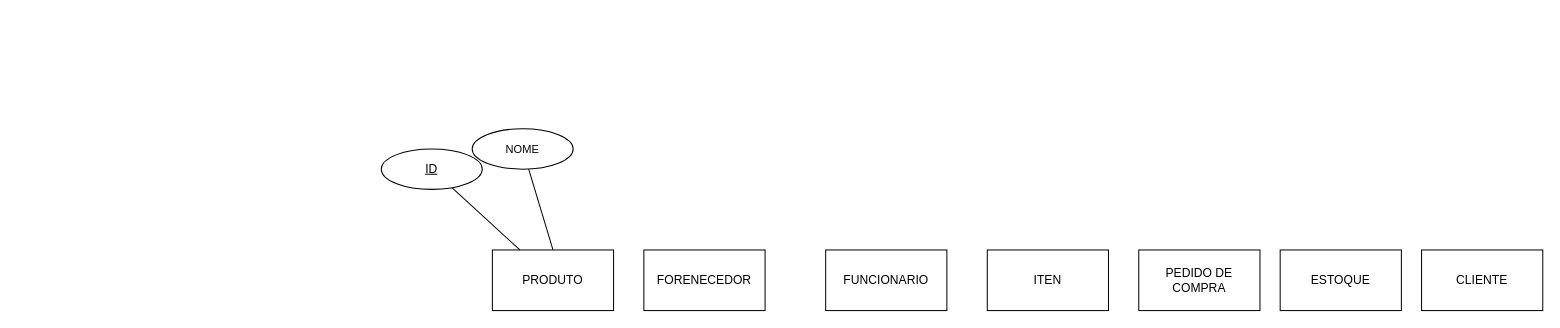
Before: Projeto Integrador.drawio in helysonsantiago/project_relational, a draw.io diagram. Source tidied: cells renumbered, new cells numbered last; positions are measured from the earlier drawing's top-left corner, leaving out a move shared by most shapes. Both pictures are drawn from the tidied source at 101%, with x=0, y=0 at pixel (381, 128).
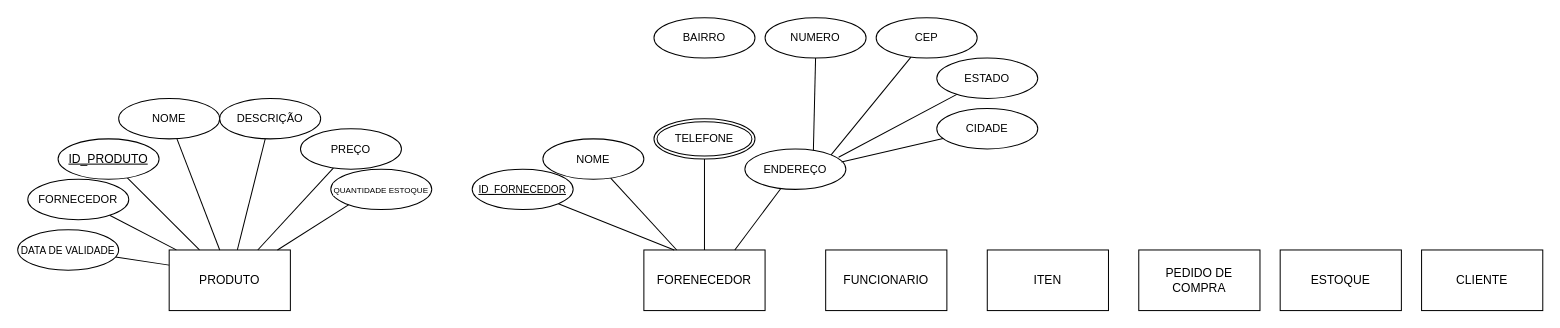
After the change.

The change refers to these unchanged cells:
```xml
<mxCell id="5" value="FORENECEDOR" style="rounded=0;whiteSpace=wrap;html=1;" parent="1" vertex="1">
  <mxGeometry x="260" y="120" width="120" height="60" as="geometry" />
</mxCell>
```

The edit, as a diff of the source:
```diff
@@
     <mxCell id="4" value="PRODUTO" style="rounded=0;whiteSpace=wrap;html=1;" parent="1" vertex="1">
-      <mxGeometry x="110" y="120" width="120" height="60" as="geometry" />
+      <mxGeometry x="-210" y="120" width="120" height="60" as="geometry" />
     </mxCell>
@@
-    <mxCell id="10" value="ID" style="ellipse;whiteSpace=wrap;html=1;align=center;fontStyle=4;" parent="1" vertex="1">
-      <mxGeometry y="20" width="100" height="40" as="geometry" />
+    <mxCell id="10" value="ID_PRODUTO" style="ellipse;whiteSpace=wrap;html=1;align=center;fontStyle=4;" parent="1" vertex="1">
+      <mxGeometry x="-320" y="10" width="100" height="40" as="geometry" />
     </mxCell>
-    <mxCell id="11" style="edgeStyle=none;rounded=0;jettySize=auto;html=1;entryX=0.5;entryY=0;entryDx=0;entryDy=0;strokeColor=default;align=center;verticalAlign=middle;fontFamily=Helvetica;fontSize=11;fontColor=default;labelBackgroundColor=default;endArrow=none;endFill=0;" parent="1" edge="1" source="12" target="4">
+    <mxCell id="11" style="edgeStyle=none;rounded=0;jettySize=auto;html=1;entryX=0.417;entryY=0;entryDx=0;entryDy=0;strokeColor=default;align=center;verticalAlign=middle;fontFamily=Helvetica;fontSize=11;fontColor=default;labelBackgroundColor=default;endArrow=none;endFill=0;entryPerimeter=0;" parent="1" edge="1" source="12" target="4">
       <mxGeometry relative="1" as="geometry" />
     </mxCell>
     <mxCell id="12" value="NOME" style="ellipse;whiteSpace=wrap;html=1;align=center;fontFamily=Helvetica;fontSize=11;fontColor=default;labelBackgroundColor=default;" parent="1" vertex="1">
-      <mxGeometry x="90" width="100" height="40" as="geometry" />
+      <mxGeometry x="-260" y="-30" width="100" height="40" as="geometry" />
     </mxCell>
+    <mxCell id="13" style="edgeStyle=none;rounded=0;jettySize=auto;html=1;strokeColor=default;align=center;verticalAlign=middle;fontFamily=Helvetica;fontSize=11;fontColor=default;labelBackgroundColor=default;endArrow=none;endFill=0;" parent="1" edge="1" source="14" target="4">
+      <mxGeometry relative="1" as="geometry" />
+    </mxCell>
+    <mxCell id="14" value="DESCRIÇÃO" style="ellipse;whiteSpace=wrap;html=1;align=center;fontFamily=Helvetica;fontSize=11;fontColor=default;labelBackgroundColor=default;" parent="1" vertex="1">
+      <mxGeometry x="-160" y="-30" width="100" height="40" as="geometry" />
+    </mxCell>
+    <mxCell id="15" style="edgeStyle=none;rounded=0;jettySize=auto;html=1;strokeColor=default;align=center;verticalAlign=middle;fontFamily=Helvetica;fontSize=11;fontColor=default;labelBackgroundColor=default;endArrow=none;endFill=0;" parent="1" edge="1" source="16" target="4">
+      <mxGeometry relative="1" as="geometry" />
+    </mxCell>
+    <mxCell id="16" value="PREÇO" style="ellipse;whiteSpace=wrap;html=1;align=center;fontFamily=Helvetica;fontSize=11;fontColor=default;labelBackgroundColor=default;" parent="1" vertex="1">
+      <mxGeometry x="-80" width="100" height="40" as="geometry" />
+    </mxCell>
+    <mxCell id="17" style="edgeStyle=none;rounded=0;jettySize=auto;html=1;strokeColor=default;align=center;verticalAlign=middle;fontFamily=Helvetica;fontSize=11;fontColor=default;labelBackgroundColor=default;endArrow=none;endFill=0;exitX=0.187;exitY=0.864;exitDx=0;exitDy=0;exitPerimeter=0;" parent="1" edge="1" source="18" target="4">
+      <mxGeometry relative="1" as="geometry" />
+    </mxCell>
+    <mxCell id="18" value="&lt;font style=&quot;font-size: 8px;&quot;&gt;QUANTIDADE ESTOQUE&lt;/font&gt;" style="ellipse;whiteSpace=wrap;html=1;align=center;fontFamily=Helvetica;fontSize=11;fontColor=default;labelBackgroundColor=default;" parent="1" vertex="1">
+      <mxGeometry x="-50" y="40" width="100" height="40" as="geometry" />
+    </mxCell>
+    <mxCell id="19" style="edgeStyle=none;rounded=0;jettySize=auto;html=1;entryX=0.059;entryY=-0.002;entryDx=0;entryDy=0;strokeColor=default;align=center;verticalAlign=middle;fontFamily=Helvetica;fontSize=11;fontColor=default;labelBackgroundColor=default;endArrow=none;endFill=0;entryPerimeter=0;" parent="1" edge="1" source="20" target="4">
+      <mxGeometry relative="1" as="geometry" />
+    </mxCell>
+    <mxCell id="20" value="FORNECEDOR" style="ellipse;whiteSpace=wrap;html=1;align=center;fontFamily=Helvetica;fontSize=11;fontColor=default;labelBackgroundColor=default;" parent="1" vertex="1">
+      <mxGeometry x="-350" y="50" width="100" height="40" as="geometry" />
+    </mxCell>
+    <mxCell id="21" style="edgeStyle=none;rounded=0;jettySize=auto;html=1;entryX=0;entryY=0.25;entryDx=0;entryDy=0;strokeColor=default;align=center;verticalAlign=middle;fontFamily=Helvetica;fontSize=11;fontColor=default;labelBackgroundColor=default;endArrow=none;endFill=0;" parent="1" edge="1" source="22" target="4">
+      <mxGeometry relative="1" as="geometry" />
+    </mxCell>
+    <mxCell id="22" value="&lt;font style=&quot;font-size: 10px;&quot;&gt;DATA DE VALIDADE&lt;/font&gt;" style="ellipse;whiteSpace=wrap;html=1;align=center;fontFamily=Helvetica;fontSize=11;fontColor=default;labelBackgroundColor=default;" parent="1" vertex="1">
+      <mxGeometry x="-360" y="100" width="100" height="40" as="geometry" />
+    </mxCell>
+    <mxCell id="23" style="edgeStyle=none;rounded=0;jettySize=auto;html=1;entryX=0.25;entryY=0;entryDx=0;entryDy=0;strokeColor=default;align=center;verticalAlign=middle;fontFamily=Helvetica;fontSize=11;fontColor=default;labelBackgroundColor=default;endArrow=none;endFill=0;" parent="1" edge="1" source="24" target="5">
+      <mxGeometry relative="1" as="geometry" />
+    </mxCell>
+    <mxCell id="24" value="&lt;font style=&quot;font-size: 10px;&quot;&gt;ID_FORNECEDOR&lt;/font&gt;" style="ellipse;whiteSpace=wrap;html=1;align=center;fontStyle=4;" parent="1" vertex="1">
+      <mxGeometry x="90" y="40" width="100" height="40" as="geometry" />
+    </mxCell>
+    <mxCell id="25" style="edgeStyle=none;rounded=0;jettySize=auto;html=1;strokeColor=default;align=center;verticalAlign=middle;fontFamily=Helvetica;fontSize=11;fontColor=default;labelBackgroundColor=default;endArrow=none;endFill=0;" parent="1" edge="1" source="26" target="5">
+      <mxGeometry relative="1" as="geometry" />
+    </mxCell>
+    <mxCell id="26" value="NOME" style="ellipse;whiteSpace=wrap;html=1;align=center;fontFamily=Helvetica;fontSize=11;fontColor=default;labelBackgroundColor=default;" parent="1" vertex="1">
+      <mxGeometry x="160" y="10" width="100" height="40" as="geometry" />
+    </mxCell>
+    <mxCell id="27" style="edgeStyle=none;rounded=0;jettySize=auto;html=1;strokeColor=default;align=center;verticalAlign=middle;fontFamily=Helvetica;fontSize=11;fontColor=default;labelBackgroundColor=default;endArrow=none;endFill=0;" parent="1" edge="1" source="28" target="5">
+      <mxGeometry relative="1" as="geometry" />
+    </mxCell>
+    <mxCell id="28" value="TELEFONE" style="ellipse;shape=doubleEllipse;margin=3;whiteSpace=wrap;html=1;align=center;fontFamily=Helvetica;fontSize=11;fontColor=default;labelBackgroundColor=default;" parent="1" vertex="1">
+      <mxGeometry x="270" y="-10" width="100" height="40" as="geometry" />
+    </mxCell>
+    <mxCell id="29" style="edgeStyle=none;rounded=0;jettySize=auto;html=1;entryX=0.75;entryY=0;entryDx=0;entryDy=0;strokeColor=default;align=center;verticalAlign=middle;fontFamily=Helvetica;fontSize=11;fontColor=default;labelBackgroundColor=default;endArrow=none;endFill=0;" parent="1" edge="1" source="31" target="5">
+      <mxGeometry relative="1" as="geometry" />
+    </mxCell>
+    <mxCell id="30" style="edgeStyle=none;rounded=0;jettySize=auto;html=1;strokeColor=default;align=center;verticalAlign=middle;fontFamily=Helvetica;fontSize=11;fontColor=default;labelBackgroundColor=default;endArrow=none;endFill=0;entryX=0.5;entryY=1;entryDx=0;entryDy=0;exitX=0.678;exitY=0.066;exitDx=0;exitDy=0;exitPerimeter=0;" parent="1" edge="1" source="31" target="32">
+      <mxGeometry relative="1" as="geometry" />
+    </mxCell>
+    <mxCell id="31" value="ENDEREÇO" style="ellipse;whiteSpace=wrap;html=1;align=center;fontFamily=Helvetica;fontSize=11;fontColor=default;labelBackgroundColor=default;" parent="1" vertex="1">
+      <mxGeometry x="360" y="20" width="100" height="40" as="geometry" />
+    </mxCell>
+    <mxCell id="32" value="NUMERO" style="ellipse;whiteSpace=wrap;html=1;align=center;fontFamily=Helvetica;fontSize=11;fontColor=default;labelBackgroundColor=default;" parent="1" vertex="1">
+      <mxGeometry x="380" y="-110" width="100" height="40" as="geometry" />
+    </mxCell>
+    <mxCell id="33" style="edgeStyle=none;rounded=0;jettySize=auto;html=1;entryX=1;entryY=0;entryDx=0;entryDy=0;strokeColor=default;align=center;verticalAlign=middle;fontFamily=Helvetica;fontSize=11;fontColor=default;labelBackgroundColor=default;endArrow=none;endFill=0;" parent="1" edge="1" source="34" target="31">
+      <mxGeometry relative="1" as="geometry" />
+    </mxCell>
+    <mxCell id="34" value="CEP" style="ellipse;whiteSpace=wrap;html=1;align=center;fontFamily=Helvetica;fontSize=11;fontColor=default;labelBackgroundColor=default;" parent="1" vertex="1">
+      <mxGeometry x="490" y="-110" width="100" height="40" as="geometry" />
+    </mxCell>
+    <mxCell id="35" value="ESTADO" style="ellipse;whiteSpace=wrap;html=1;align=center;fontFamily=Helvetica;fontSize=11;fontColor=default;labelBackgroundColor=default;" parent="1" vertex="1">
+      <mxGeometry x="550" y="-70" width="100" height="40" as="geometry" />
+    </mxCell>
+    <mxCell id="36" value="CIDADE" style="ellipse;whiteSpace=wrap;html=1;align=center;fontFamily=Helvetica;fontSize=11;fontColor=default;labelBackgroundColor=default;" parent="1" vertex="1">
+      <mxGeometry x="550" y="-20" width="100" height="40" as="geometry" />
+    </mxCell>
+    <mxCell id="37" style="edgeStyle=none;rounded=0;jettySize=auto;html=1;entryX=0.956;entryY=0.321;entryDx=0;entryDy=0;entryPerimeter=0;strokeColor=default;align=center;verticalAlign=middle;fontFamily=Helvetica;fontSize=11;fontColor=default;labelBackgroundColor=default;endArrow=none;endFill=0;" parent="1" edge="1" source="36" target="31">
+      <mxGeometry relative="1" as="geometry" />
+    </mxCell>
+    <mxCell id="38" style="edgeStyle=none;rounded=0;jettySize=auto;html=1;entryX=0.928;entryY=0.205;entryDx=0;entryDy=0;entryPerimeter=0;strokeColor=default;align=center;verticalAlign=middle;fontFamily=Helvetica;fontSize=11;fontColor=default;labelBackgroundColor=default;endArrow=none;endFill=0;" parent="1" edge="1" source="35" target="31">
+      <mxGeometry relative="1" as="geometry" />
+    </mxCell>
+    <mxCell id="39" value="BAIRRO" style="ellipse;whiteSpace=wrap;html=1;align=center;fontFamily=Helvetica;fontSize=11;fontColor=default;labelBackgroundColor=default;" parent="1" vertex="1">
+      <mxGeometry x="270" y="-110" width="100" height="40" as="geometry" />
+    </mxCell>
```
